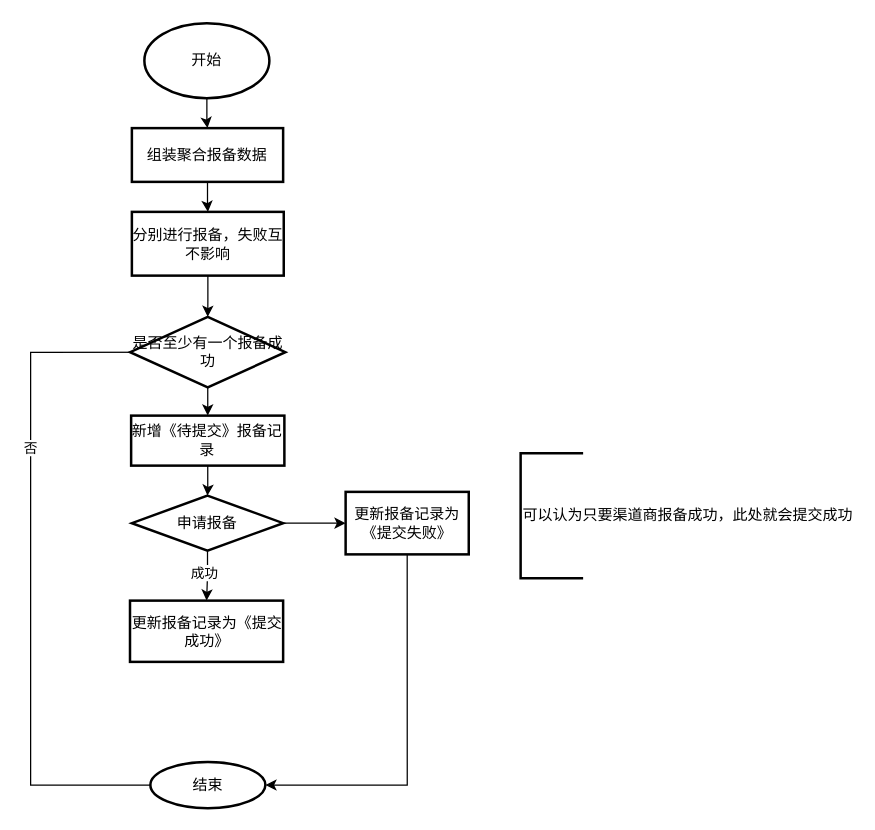
Earlier version of the draw.io diagram page "主流程" (1 of 3) of 报备.drawio (fengyong7723131/work). Source tidied: cells renumbered, new cells numbered last; positions are measured from the earlier drawing's top-left corner, leaving out a move shared by most shapes. Both pictures are drawn from the tidied source at 125%, with x=0, y=0 at pixel (30, 22).
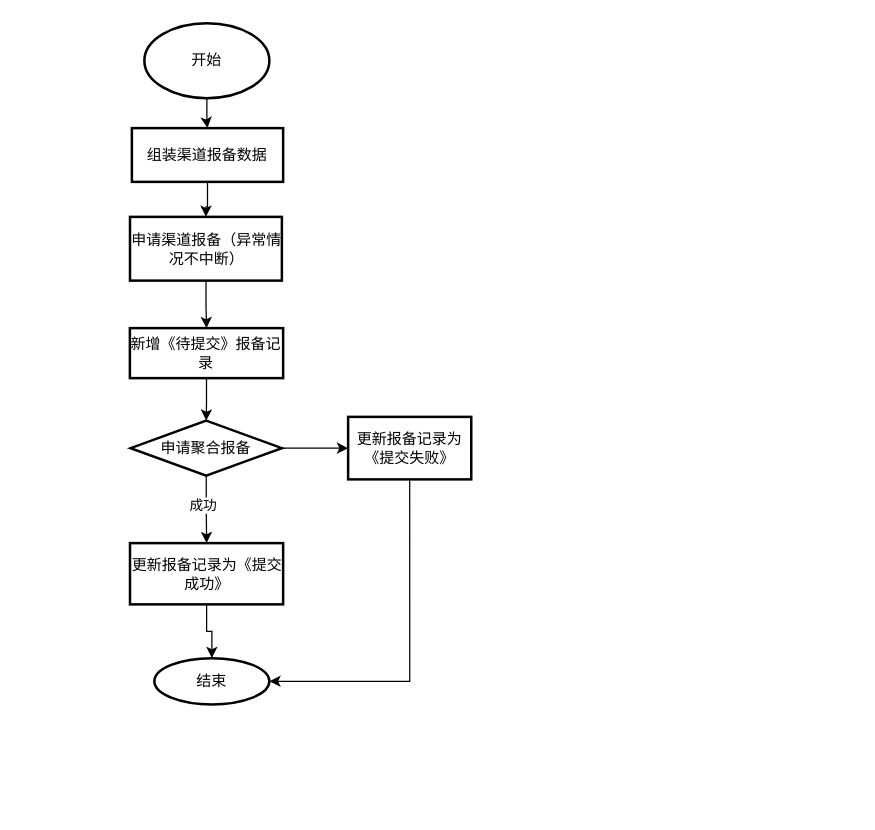
After the change.

What changed in the source:
```diff
@@
-    <mxCell id="5" value="组装聚合报备数据" style="whiteSpace=wrap;html=1;strokeWidth=2;" parent="1" vertex="1">
+    <mxCell id="5" value="组装渠道报备数据" style="whiteSpace=wrap;html=1;strokeWidth=2;" parent="1" vertex="1">
       <mxGeometry x="81" y="84" width="121" height="43" as="geometry" />
     </mxCell>
-    <mxCell id="6" style="edgeStyle=orthogonalEdgeStyle;rounded=0;jettySize=auto;html=1;" parent="1" edge="1" source="7" target="11">
-      <mxGeometry relative="1" as="geometry" />
-    </mxCell>
+    <mxCell id="23" style="edgeStyle=orthogonalEdgeStyle;rounded=0;jettySize=auto;html=1;" parent="1" edge="1" source="7" target="14">
+      <mxGeometry relative="1" as="geometry" />
+    </mxCell>
-    <mxCell id="7" value="分别进行报备，失败互不影响" style="whiteSpace=wrap;html=1;strokeWidth=2;" parent="1" vertex="1">
-      <mxGeometry x="81" y="151" width="121.5" height="51" as="geometry" />
+    <mxCell id="7" value="申请渠道报备（异常情况不中断）" style="whiteSpace=wrap;html=1;strokeWidth=2;" parent="1" vertex="1">
+      <mxGeometry x="79.5" y="155" width="121.5" height="51" as="geometry" />
     </mxCell>
-    <mxCell id="8" style="edgeStyle=orthogonalEdgeStyle;rounded=0;jettySize=auto;html=1;exitX=1;exitY=0.5;exitDx=0;exitDy=0;entryX=1;entryY=0.5;entryDx=0;entryDy=0;" parent="1" edge="1" source="11" target="12">
-      <mxGeometry relative="1" as="geometry">
-        <Array as="points">
-          <mxPoint y="263" />
-          <mxPoint y="610" />
-        </Array>
-      </mxGeometry>
-    </mxCell>
-    <mxCell id="9" value="否" style="edgeLabel;html=1;align=center;verticalAlign=middle;" parent="8" vertex="1">
-      <mxGeometry x="-0.24" y="-1" relative="1" as="geometry" />
-    </mxCell>
-    <mxCell id="10" style="edgeStyle=orthogonalEdgeStyle;rounded=0;jettySize=auto;html=1;" parent="1" edge="1" source="11" target="14">
-      <mxGeometry relative="1" as="geometry" />
-    </mxCell>
-    <mxCell id="11" value="是否至少有一个报备成功" style="rhombus;whiteSpace=wrap;html=1;strokeWidth=2;" parent="1" vertex="1">
-      <mxGeometry x="79.6" y="235" width="124.2" height="56.5" as="geometry" />
-    </mxCell>
     <mxCell id="12" value="结束" style="ellipse;whiteSpace=wrap;html=1;strokeWidth=2;" parent="1" vertex="1">
-      <mxGeometry x="95.8" y="591" width="92" height="37" as="geometry" />
+      <mxGeometry x="99" y="508" width="92" height="37" as="geometry" />
     </mxCell>
@@
     <mxCell id="14" value="新增《待提交》报备记录" style="whiteSpace=wrap;html=1;strokeWidth=2;" parent="1" vertex="1">
-      <mxGeometry x="80.4" y="314" width="122.6" height="40" as="geometry" />
+      <mxGeometry x="79.4" y="244" width="122.6" height="40" as="geometry" />
     </mxCell>
@@
-    <mxCell id="18" value="申请报备" style="strokeWidth=2;html=1;shape=mxgraph.flowchart.decision;whiteSpace=wrap;" parent="1" vertex="1">
-      <mxGeometry x="81" y="378" width="121" height="44" as="geometry" />
+    <mxCell id="18" value="申请聚合报备" style="strokeWidth=2;html=1;shape=mxgraph.flowchart.decision;whiteSpace=wrap;" parent="1" vertex="1">
+      <mxGeometry x="80" y="318" width="121" height="44" as="geometry" />
     </mxCell>
+    <mxCell id="24" style="edgeStyle=orthogonalEdgeStyle;rounded=0;jettySize=auto;html=1;" parent="1" edge="1" source="19" target="12">
+      <mxGeometry relative="1" as="geometry" />
+    </mxCell>
     <mxCell id="19" value="更新报备记录为《提交成功》" style="whiteSpace=wrap;html=1;strokeWidth=2;" parent="1" vertex="1">
-      <mxGeometry x="79.5" y="462" width="122.5" height="49" as="geometry" />
+      <mxGeometry x="79.5" y="416" width="122.5" height="49" as="geometry" />
     </mxCell>
@@
     <mxCell id="21" value="&lt;span&gt;更新报备记录为《提交失败》&lt;/span&gt;" style="whiteSpace=wrap;html=1;strokeWidth=2;" parent="1" vertex="1">
-      <mxGeometry x="252" y="375" width="98.5" height="50" as="geometry" />
+      <mxGeometry x="254" y="315" width="98.5" height="50" as="geometry" />
     </mxCell>
-    <mxCell id="22" value="可以认为只要渠道商报备成功，此处就会提交成功" style="strokeWidth=2;html=1;shape=mxgraph.flowchart.annotation_1;align=left;" parent="1" vertex="1">
-      <mxGeometry x="392" y="344" width="50" height="100" as="geometry" />
-    </mxCell>
```
